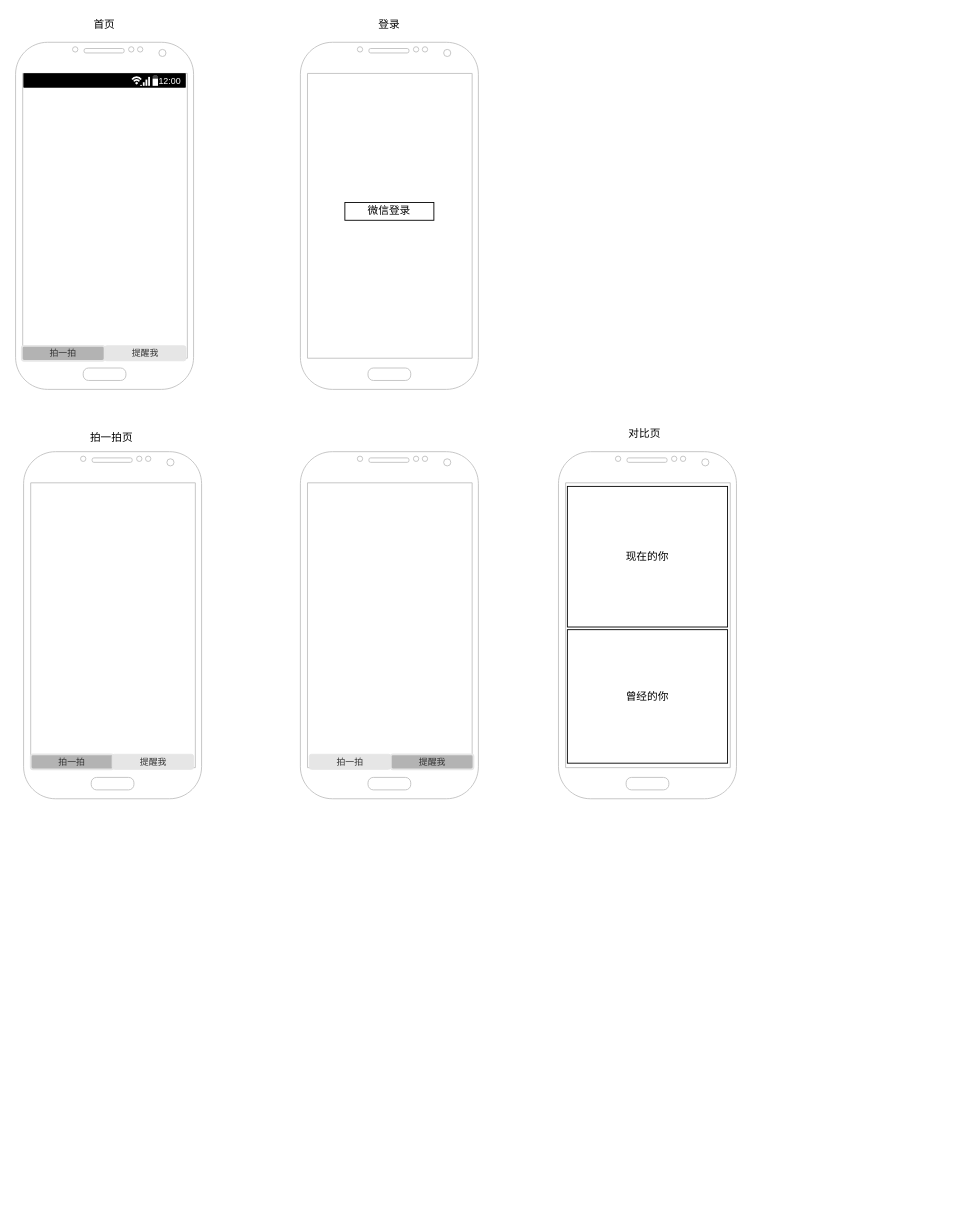
Before: just_do_it_app.drawio in cadi2015/drawIO, a draw.io diagram. Source tidied: cells renumbered, new cells numbered last; positions are measured from the earlier drawing's top-left corner, leaving out a move shared by most shapes. Both pictures are drawn from the tidied source at 89%, with x=0, y=0 at pixel (15, 15).
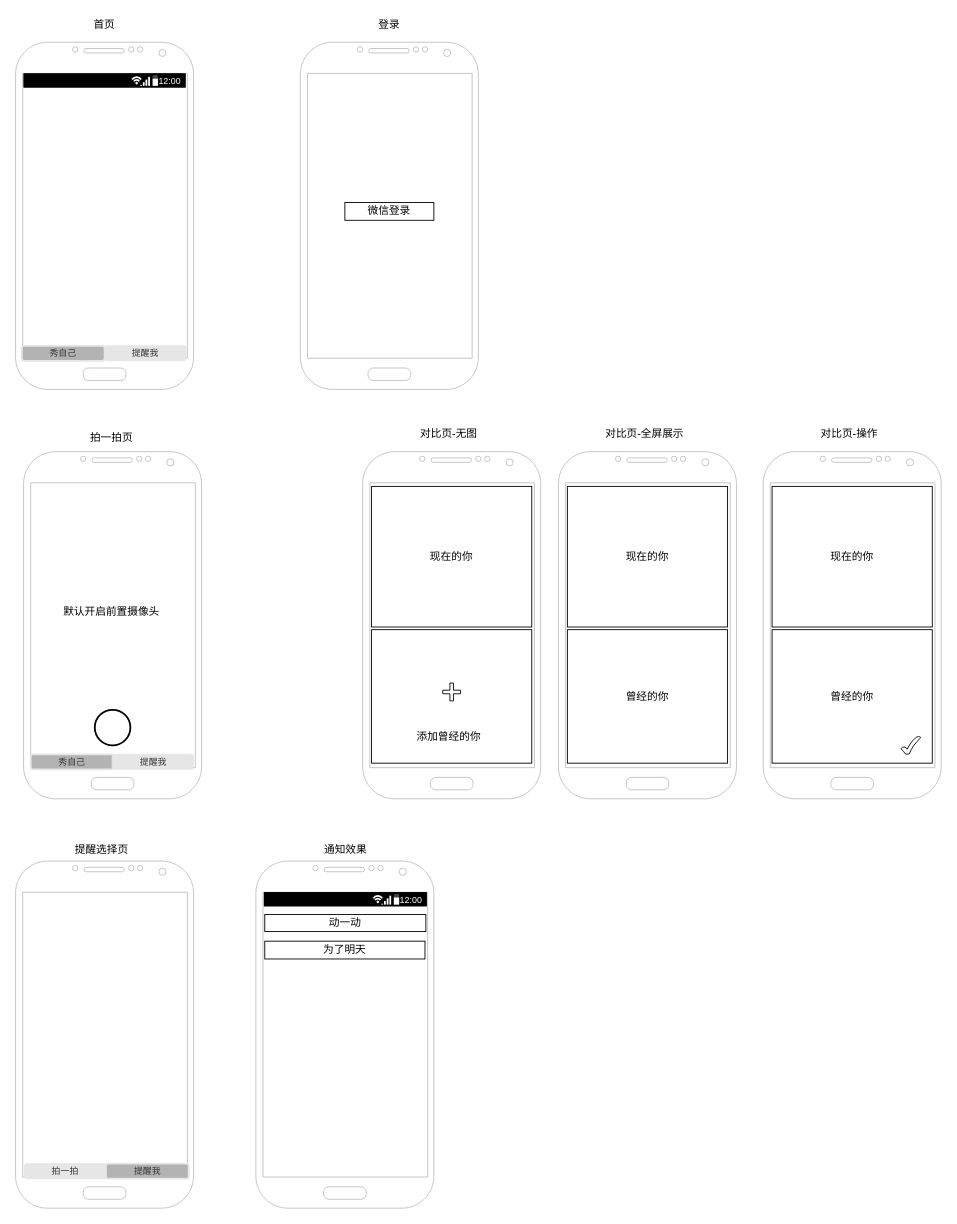
The same diagram, later.

What changed in the source:
```diff
@@
-    <mxCell id="10" value="拍一拍" style="rounded=1;html=1;shadow=0;dashed=0;whiteSpace=wrap;fontSize=10;fillColor=#B3B3B3;align=center;strokeColor=#E6E6E6;fontColor=#333333;strokeWidth=2;" parent="1" vertex="1">
+    <mxCell id="10" value="秀自己" style="rounded=1;html=1;shadow=0;dashed=0;whiteSpace=wrap;fontSize=10;fillColor=#B3B3B3;align=center;strokeColor=#E6E6E6;fontColor=#333333;strokeWidth=2;" parent="1" vertex="1">
       <mxGeometry x="17" y="830" width="93" height="16.9" as="geometry" />
     </mxCell>
@@
     <mxCell id="12" style="verticalLabelPosition=bottom;verticalAlign=top;html=1;shadow=0;dashed=0;strokeWidth=1;shape=mxgraph.android.phone2;strokeColor=#c0c0c0;" parent="1" vertex="1">
-      <mxGeometry x="320" y="490" width="200" height="390" as="geometry" />
+      <mxGeometry y="950" width="200" height="390" as="geometry" />
     </mxCell>
     <mxCell id="13" value="提醒我" style="rounded=1;html=1;shadow=0;dashed=0;whiteSpace=wrap;fontSize=10;fillColor=#B3B3B3;align=center;strokeColor=#E6E6E6;fontColor=#333333;strokeWidth=2;" parent="1" vertex="1">
-      <mxGeometry x="421.5" y="830" width="93" height="16.9" as="geometry" />
+      <mxGeometry x="101.5" y="1290" width="93" height="16.9" as="geometry" />
     </mxCell>
     <mxCell id="14" value="拍一拍" style="rounded=1;html=1;shadow=0;dashed=0;whiteSpace=wrap;fontSize=10;fillColor=#E6E6E6;align=center;strokeColor=#E6E6E6;fontColor=#333333;" parent="1" vertex="1">
-      <mxGeometry x="330" y="830" width="91.5" height="16.9" as="geometry" />
+      <mxGeometry x="10" y="1290" width="91.5" height="16.9" as="geometry" />
     </mxCell>
-    <mxCell id="15" value="拍一拍" style="rounded=1;html=1;shadow=0;dashed=0;whiteSpace=wrap;fontSize=10;fillColor=#B3B3B3;align=center;strokeColor=#E6E6E6;fontColor=#333333;strokeWidth=2;" parent="1" vertex="1">
+    <mxCell id="15" value="秀自己" style="rounded=1;html=1;shadow=0;dashed=0;whiteSpace=wrap;fontSize=10;fillColor=#B3B3B3;align=center;strokeColor=#E6E6E6;fontColor=#333333;strokeWidth=2;" parent="1" vertex="1">
       <mxGeometry x="7" y="371" width="93" height="16.9" as="geometry" />
     </mxCell>
@@
-    <mxCell id="17" value="对比页" style="text;html=1;strokeColor=none;fillColor=none;align=center;verticalAlign=middle;whiteSpace=wrap;rounded=0;" parent="1" vertex="1">
+    <mxCell id="17" value="对比页-全屏展示" style="text;html=1;strokeColor=none;fillColor=none;align=center;verticalAlign=middle;whiteSpace=wrap;rounded=0;" parent="1" vertex="1">
       <mxGeometry x="627" y="460" width="160" height="20" as="geometry" />
     </mxCell>
@@
+    <mxCell id="21" style="strokeWidth=2;html=1;shape=mxgraph.flowchart.start_2;whiteSpace=wrap;" parent="1" vertex="1">
+      <mxGeometry x="89" y="780" width="40" height="40" as="geometry" />
+    </mxCell>
+    <mxCell id="22" value="默认开启前置摄像头" style="text;html=1;strokeColor=none;fillColor=none;align=center;verticalAlign=middle;whiteSpace=wrap;rounded=0;" parent="1" vertex="1">
+      <mxGeometry x="43" y="660" width="130" height="20" as="geometry" />
+    </mxCell>
+    <mxCell id="23" value="提醒选择页" style="text;html=1;strokeColor=none;fillColor=none;align=center;verticalAlign=middle;whiteSpace=wrap;rounded=0;" parent="1" vertex="1">
+      <mxGeometry x="47" y="927" width="100" height="20" as="geometry" />
+    </mxCell>
+    <mxCell id="24" style="verticalLabelPosition=bottom;verticalAlign=top;html=1;shadow=0;dashed=0;strokeWidth=1;shape=mxgraph.android.phone2;strokeColor=#c0c0c0;" parent="1" vertex="1">
+      <mxGeometry x="840" y="490" width="200" height="390" as="geometry" />
+    </mxCell>
+    <mxCell id="25" value="对比页-操作" style="text;html=1;strokeColor=none;fillColor=none;align=center;verticalAlign=middle;whiteSpace=wrap;rounded=0;" parent="1" vertex="1">
+      <mxGeometry x="857" y="460" width="160" height="20" as="geometry" />
+    </mxCell>
+    <mxCell id="26" value="曾经的你" style="rounded=0;whiteSpace=wrap;html=1;" parent="1" vertex="1">
+      <mxGeometry x="850" y="690" width="180" height="150" as="geometry" />
+    </mxCell>
+    <mxCell id="27" value="现在的你" style="rounded=0;whiteSpace=wrap;html=1;" parent="1" vertex="1">
+      <mxGeometry x="850" y="529" width="180" height="158" as="geometry" />
+    </mxCell>
+    <mxCell id="28" style="verticalLabelPosition=bottom;verticalAlign=top;html=1;shape=mxgraph.basic.tick;" parent="1" vertex="1">
+      <mxGeometry x="995" y="810" width="22" height="20" as="geometry" />
+    </mxCell>
+    <mxCell id="29" style="verticalLabelPosition=bottom;verticalAlign=top;html=1;shadow=0;dashed=0;strokeWidth=1;shape=mxgraph.android.phone2;strokeColor=#c0c0c0;" parent="1" vertex="1">
+      <mxGeometry x="390" y="490" width="200" height="390" as="geometry" />
+    </mxCell>
+    <mxCell id="30" value="对比页-无图" style="text;html=1;strokeColor=none;fillColor=none;align=center;verticalAlign=middle;whiteSpace=wrap;rounded=0;" parent="1" vertex="1">
+      <mxGeometry x="407" y="460" width="160" height="20" as="geometry" />
+    </mxCell>
+    <mxCell id="31" style="rounded=0;whiteSpace=wrap;html=1;" parent="1" vertex="1">
+      <mxGeometry x="400" y="690" width="180" height="150" as="geometry" />
+    </mxCell>
+    <mxCell id="32" value="现在的你" style="rounded=0;whiteSpace=wrap;html=1;" parent="1" vertex="1">
+      <mxGeometry x="400" y="529" width="180" height="158" as="geometry" />
+    </mxCell>
+    <mxCell id="33" value="添加曾经的你" style="text;html=1;strokeColor=none;fillColor=none;align=center;verticalAlign=middle;whiteSpace=wrap;rounded=0;" parent="1" vertex="1">
+      <mxGeometry x="427" y="800" width="120" height="20" as="geometry" />
+    </mxCell>
+    <mxCell id="34" style="shape=cross;whiteSpace=wrap;html=1;" parent="1" vertex="1">
+      <mxGeometry x="480" y="750" width="20" height="20" as="geometry" />
+    </mxCell>
+    <mxCell id="35" style="verticalLabelPosition=bottom;verticalAlign=top;html=1;shadow=0;dashed=0;strokeWidth=1;shape=mxgraph.android.phone2;strokeColor=#c0c0c0;" parent="1" vertex="1">
+      <mxGeometry x="270" y="950" width="200" height="390" as="geometry" />
+    </mxCell>
+    <mxCell id="36" style="strokeWidth=1;html=1;shadow=0;dashed=0;shape=mxgraph.android.statusBar;align=center;fillColor=#000000;strokeColor=#ffffff;fontColor=#ffffff;fontSize=10;" parent="1" vertex="1">
+      <mxGeometry x="279" y="985" width="183" height="15.8" as="geometry" />
+    </mxCell>
+    <mxCell id="37" value="动一动" style="rounded=0;whiteSpace=wrap;html=1;" parent="1" vertex="1">
+      <mxGeometry x="280" y="1010" width="181" height="19.2" as="geometry" />
+    </mxCell>
+    <mxCell id="38" value="通知效果" style="text;html=1;strokeColor=none;fillColor=none;align=center;verticalAlign=middle;whiteSpace=wrap;rounded=0;" parent="1" vertex="1">
+      <mxGeometry x="320.5" y="927" width="100" height="20" as="geometry" />
+    </mxCell>
+    <mxCell id="39" value="为了明天" style="rounded=0;whiteSpace=wrap;html=1;" parent="1" vertex="1">
+      <mxGeometry x="280" y="1040" width="180" height="20" as="geometry" />
+    </mxCell>
```
